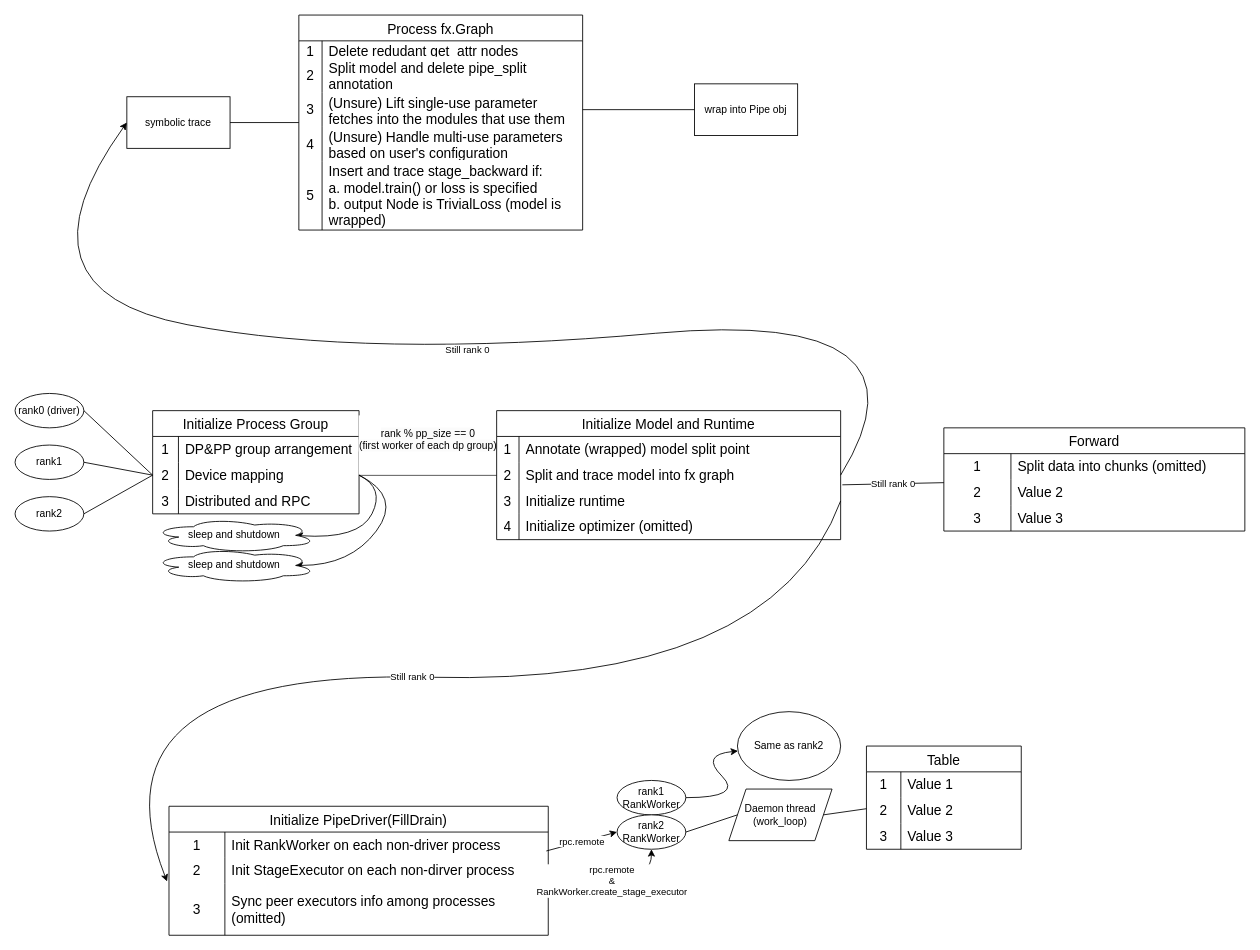
Above: pippy.drawio in botbw/PiPPy (draw.io), before the change. Source tidied: cells renumbered, new cells numbered last; positions are measured from the earlier drawing's top-left corner, leaving out a move shared by most shapes. Both pictures are drawn from the tidied source at 86%, with x=0, y=0 at pixel (6, 15).
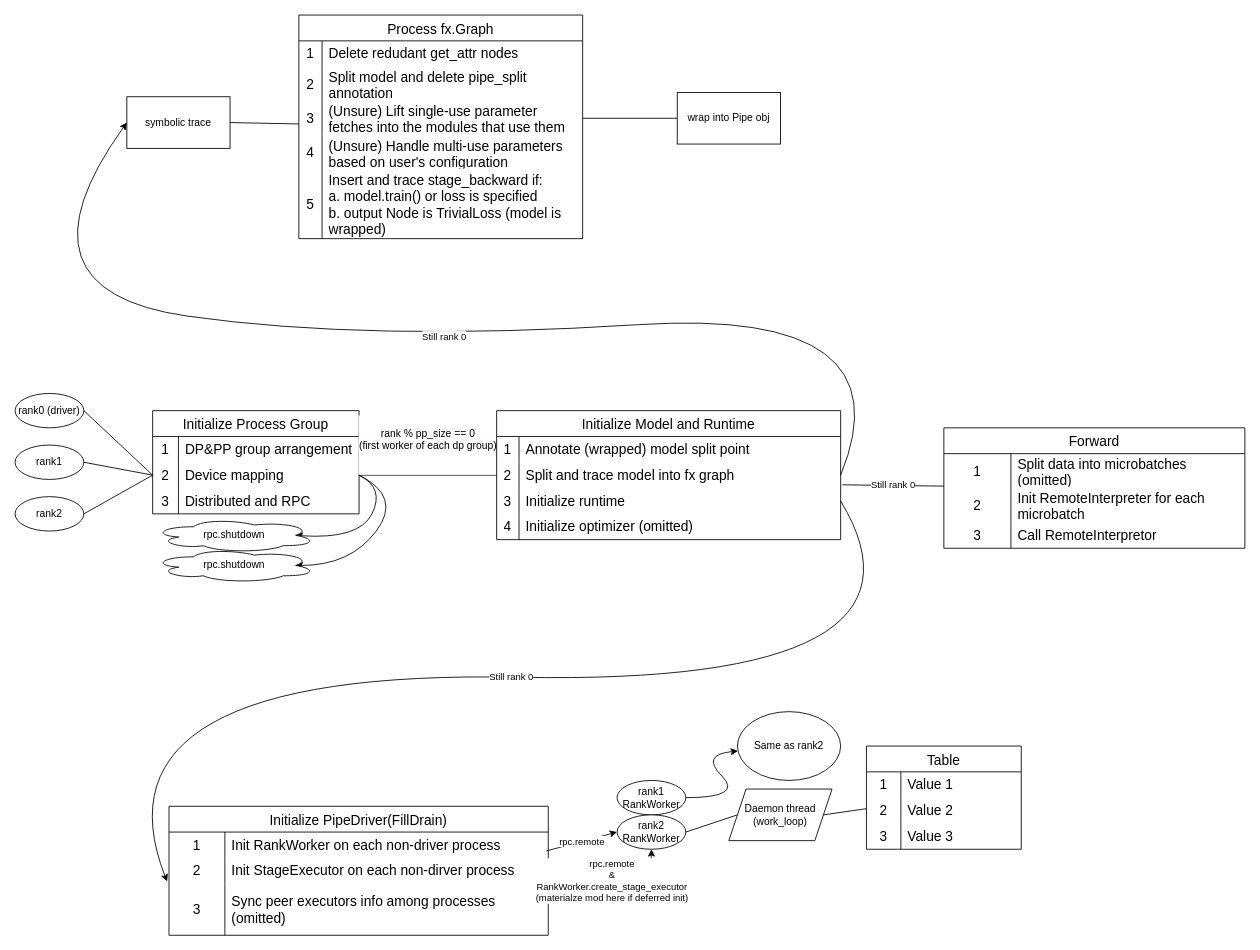
The same diagram, later.

Unchanged cells that the change refers to:
```xml
<mxCell id="25" style="shape=tableRow;horizontal=0;startSize=0;swimlaneHead=0;swimlaneBody=0;top=0;left=0;bottom=0;right=0;fillColor=none;points=[[0,0.5],[1,0.5]];portConstraint=eastwest;strokeColor=inherit;fontSize=16;" parent="21" vertex="1">
  <mxGeometry y="60" width="400" height="30" as="geometry" />
</mxCell>
<mxCell id="28" style="shape=tableRow;horizontal=0;startSize=0;swimlaneHead=0;swimlaneBody=0;top=0;left=0;bottom=0;right=0;fillColor=none;points=[[0,0.5],[1,0.5]];portConstraint=eastwest;strokeColor=inherit;fontSize=16;" parent="21" vertex="1">
  <mxGeometry y="90" width="400" height="30" as="geometry" />
</mxCell>
<mxCell id="34" value="symbolic trace" style="rounded=0;whiteSpace=wrap;html=1;" parent="1" vertex="1">
  <mxGeometry x="140" y="95" width="120" height="60" as="geometry" />
</mxCell>
<mxCell id="61" style="shape=tableRow;horizontal=0;startSize=0;swimlaneHead=0;swimlaneBody=0;top=0;left=0;bottom=0;right=0;fillColor=none;points=[[0,0.5],[1,0.5]];portConstraint=eastwest;strokeColor=inherit;fontSize=16;" parent="57" vertex="1">
  <mxGeometry y="60" width="441" height="30" as="geometry" />
</mxCell>
<mxCell id="70" value="rank2&lt;br&gt;RankWorker" style="ellipse;whiteSpace=wrap;html=1;" parent="68" vertex="1">
  <mxGeometry y="40" width="80" height="40" as="geometry" />
</mxCell>
```

Change to the diagram source:
```diff
@@
-    <mxCell id="20" value="sleep and shutdown" style="ellipse;shape=cloud;whiteSpace=wrap;html=1;" parent="1" vertex="1">
+    <mxCell id="20" value="rpc.shutdown" style="ellipse;shape=cloud;whiteSpace=wrap;html=1;" parent="1" vertex="1">
       <mxGeometry x="170" y="585" width="190" height="40" as="geometry" />
     </mxCell>
@@
     <mxCell id="36" value="Process fx.Graph" style="shape=table;startSize=30;childLayout=tableLayout;rowLines=0;fontStyle=0;strokeColor=default;fontSize=16;" parent="1" vertex="1">
-      <mxGeometry x="340" width="330" height="250" as="geometry" />
+      <mxGeometry x="340" width="330" height="260" as="geometry" />
     </mxCell>
     <mxCell id="37" style="shape=tableRow;horizontal=0;startSize=0;swimlaneHead=0;swimlaneBody=0;top=0;left=0;bottom=0;right=0;fillColor=none;strokeColor=inherit;fontSize=16;" parent="36" vertex="1">
-      <mxGeometry y="30" width="330" height="20" as="geometry" />
+      <mxGeometry y="30" width="330" height="30" as="geometry" />
     </mxCell>
     <mxCell id="38" value="1" style="shape=partialRectangle;html=1;whiteSpace=wrap;fillColor=none;top=0;left=0;bottom=0;right=0;overflow=hidden;strokeColor=inherit;fontSize=16;" parent="37" vertex="1">
-      <mxGeometry width="27" height="20" as="geometry" />
+      <mxGeometry width="27" height="30" as="geometry" />
     </mxCell>
     <mxCell id="39" value="Delete redudant get_attr nodes" style="shape=partialRectangle;html=1;whiteSpace=wrap;fillColor=none;top=0;left=0;bottom=0;right=0;align=left;spacingLeft=6;overflow=hidden;strokeColor=inherit;fontSize=16;" parent="37" vertex="1">
-      <mxGeometry x="27" width="303" height="20" as="geometry" />
+      <mxGeometry x="27" width="303" height="30" as="geometry" />
     </mxCell>
     <mxCell id="40" style="shape=tableRow;horizontal=0;startSize=0;swimlaneHead=0;swimlaneBody=0;top=0;left=0;bottom=0;right=0;fillColor=none;strokeColor=inherit;fontSize=16;" parent="36" vertex="1">
-      <mxGeometry y="50" width="330" height="40" as="geometry" />
+      <mxGeometry y="60" width="330" height="40" as="geometry" />
     </mxCell>
@@
     <mxCell id="43" style="shape=tableRow;horizontal=0;startSize=0;swimlaneHead=0;swimlaneBody=0;top=0;left=0;bottom=0;right=0;fillColor=none;points=[[0,0.5],[1,0.5]];portConstraint=eastwest;strokeColor=inherit;fontSize=16;" parent="36" vertex="1">
-      <mxGeometry y="90" width="330" height="40" as="geometry" />
+      <mxGeometry y="100" width="330" height="40" as="geometry" />
     </mxCell>
@@
     <mxCell id="46" style="shape=tableRow;horizontal=0;startSize=0;swimlaneHead=0;swimlaneBody=0;top=0;left=0;bottom=0;right=0;fillColor=none;strokeColor=inherit;fontSize=16;" parent="36" vertex="1">
-      <mxGeometry y="130" width="330" height="40" as="geometry" />
+      <mxGeometry y="140" width="330" height="40" as="geometry" />
     </mxCell>
@@
     <mxCell id="49" style="shape=tableRow;horizontal=0;startSize=0;swimlaneHead=0;swimlaneBody=0;top=0;left=0;bottom=0;right=0;fillColor=none;strokeColor=inherit;fontSize=16;" parent="36" vertex="1">
-      <mxGeometry y="170" width="330" height="80" as="geometry" />
+      <mxGeometry y="180" width="330" height="80" as="geometry" />
     </mxCell>
@@
     <mxCell id="52" value="wrap into Pipe obj" style="rounded=0;whiteSpace=wrap;html=1;" parent="1" vertex="1">
-      <mxGeometry x="800" y="80" width="120" height="60" as="geometry" />
+      <mxGeometry x="780" y="90" width="120" height="60" as="geometry" />
     </mxCell>
@@
     <mxCell id="54" value="Still rank 0" style="curved=1;endArrow=classic;html=1;rounded=0;exitX=1;exitY=0.5;exitDx=0;exitDy=0;entryX=0;entryY=0.5;entryDx=0;entryDy=0;" parent="1" edge="1" source="25" target="34">
       <mxGeometry relative="1" as="geometry">
         <Array as="points">
-          <mxPoint x="1090" y="340" />
-          <mxPoint x="420" y="400" />
+          <mxPoint x="1050" y="340" />
+          <mxPoint x="420" y="380" />
           <mxPoint y="320" />
         </Array>
       </mxGeometry>
     </mxCell>
@@
-    <mxCell id="56" value="sleep and shutdown" style="ellipse;shape=cloud;whiteSpace=wrap;html=1;" parent="1" vertex="1">
+    <mxCell id="56" value="rpc.shutdown" style="ellipse;shape=cloud;whiteSpace=wrap;html=1;" parent="1" vertex="1">
       <mxGeometry x="170" y="620" width="190" height="40" as="geometry" />
     </mxCell>
@@
-    <mxCell id="86" value="&lt;span style=&quot;color: rgb(0, 0, 0); font-family: Helvetica; font-size: 11px; font-style: normal; font-variant-ligatures: normal; font-variant-caps: normal; font-weight: 400; letter-spacing: normal; orphans: 2; text-align: center; text-indent: 0px; text-transform: none; widows: 2; word-spacing: 0px; -webkit-text-stroke-width: 0px; background-color: rgb(255, 255, 255); text-decoration-thickness: initial; text-decoration-style: initial; text-decoration-color: initial; float: none; display: inline !important;&quot;&gt;rpc.remote&lt;/span&gt;&lt;br style=&quot;border-color: var(--border-color); color: rgb(0, 0, 0); font-family: Helvetica; font-size: 11px; font-style: normal; font-variant-ligatures: normal; font-variant-caps: normal; font-weight: 400; letter-spacing: normal; orphans: 2; text-align: center; text-indent: 0px; text-transform: none; widows: 2; word-spacing: 0px; -webkit-text-stroke-width: 0px; text-decoration-thickness: initial; text-decoration-style: initial; text-decoration-color: initial;&quot;&gt;&lt;span style=&quot;color: rgb(0, 0, 0); font-family: Helvetica; font-size: 11px; font-style: normal; font-variant-ligatures: normal; font-variant-caps: normal; font-weight: 400; letter-spacing: normal; orphans: 2; text-align: center; text-indent: 0px; text-transform: none; widows: 2; word-spacing: 0px; -webkit-text-stroke-width: 0px; background-color: rgb(255, 255, 255); text-decoration-thickness: initial; text-decoration-style: initial; text-decoration-color: initial; float: none; display: inline !important;&quot;&gt;&amp;amp;&lt;/span&gt;&lt;br style=&quot;border-color: var(--border-color); color: rgb(0, 0, 0); font-family: Helvetica; font-size: 11px; font-style: normal; font-variant-ligatures: normal; font-variant-caps: normal; font-weight: 400; letter-spacing: normal; orphans: 2; text-align: center; text-indent: 0px; text-transform: none; widows: 2; word-spacing: 0px; -webkit-text-stroke-width: 0px; text-decoration-thickness: initial; text-decoration-style: initial; text-decoration-color: initial;&quot;&gt;&lt;span style=&quot;color: rgb(0, 0, 0); font-family: Helvetica; font-size: 11px; font-style: normal; font-variant-ligatures: normal; font-variant-caps: normal; font-weight: 400; letter-spacing: normal; orphans: 2; text-align: center; text-indent: 0px; text-transform: none; widows: 2; word-spacing: 0px; -webkit-text-stroke-width: 0px; background-color: rgb(255, 255, 255); text-decoration-thickness: initial; text-decoration-style: initial; text-decoration-color: initial; float: none; display: inline !important;&quot;&gt;RankWorker.create_stage_executor&lt;/span&gt;" style="curved=1;endArrow=classic;html=1;rounded=0;exitX=1;exitY=0.5;exitDx=0;exitDy=0;entryX=0.5;entryY=1;entryDx=0;entryDy=0;" parent="1" edge="1" source="61" target="70">
+    <mxCell id="86" value="&lt;span style=&quot;color: rgb(0, 0, 0); font-family: Helvetica; font-size: 11px; font-style: normal; font-variant-ligatures: normal; font-variant-caps: normal; font-weight: 400; letter-spacing: normal; orphans: 2; text-align: center; text-indent: 0px; text-transform: none; widows: 2; word-spacing: 0px; -webkit-text-stroke-width: 0px; background-color: rgb(255, 255, 255); text-decoration-thickness: initial; text-decoration-style: initial; text-decoration-color: initial; float: none; display: inline !important;&quot;&gt;rpc.remote&lt;/span&gt;&lt;br style=&quot;border-color: var(--border-color); color: rgb(0, 0, 0); font-family: Helvetica; font-size: 11px; font-style: normal; font-variant-ligatures: normal; font-variant-caps: normal; font-weight: 400; letter-spacing: normal; orphans: 2; text-align: center; text-indent: 0px; text-transform: none; widows: 2; word-spacing: 0px; -webkit-text-stroke-width: 0px; text-decoration-thickness: initial; text-decoration-style: initial; text-decoration-color: initial;&quot;&gt;&lt;span style=&quot;color: rgb(0, 0, 0); font-family: Helvetica; font-size: 11px; font-style: normal; font-variant-ligatures: normal; font-variant-caps: normal; font-weight: 400; letter-spacing: normal; orphans: 2; text-align: center; text-indent: 0px; text-transform: none; widows: 2; word-spacing: 0px; -webkit-text-stroke-width: 0px; background-color: rgb(255, 255, 255); text-decoration-thickness: initial; text-decoration-style: initial; text-decoration-color: initial; float: none; display: inline !important;&quot;&gt;&amp;amp;&lt;/span&gt;&lt;br style=&quot;border-color: var(--border-color); color: rgb(0, 0, 0); font-family: Helvetica; font-size: 11px; font-style: normal; font-variant-ligatures: normal; font-variant-caps: normal; font-weight: 400; letter-spacing: normal; orphans: 2; text-align: center; text-indent: 0px; text-transform: none; widows: 2; word-spacing: 0px; -webkit-text-stroke-width: 0px; text-decoration-thickness: initial; text-decoration-style: initial; text-decoration-color: initial;&quot;&gt;&lt;span style=&quot;color: rgb(0, 0, 0); font-family: Helvetica; font-size: 11px; font-style: normal; font-variant-ligatures: normal; font-variant-caps: normal; font-weight: 400; letter-spacing: normal; orphans: 2; text-align: center; text-indent: 0px; text-transform: none; widows: 2; word-spacing: 0px; -webkit-text-stroke-width: 0px; background-color: rgb(255, 255, 255); text-decoration-thickness: initial; text-decoration-style: initial; text-decoration-color: initial; float: none; display: inline !important;&quot;&gt;RankWorker.create_stage_executor&lt;br&gt;(materialze mod here if deferred init)&lt;br&gt;&lt;/span&gt;" style="curved=1;endArrow=classic;html=1;rounded=0;exitX=1;exitY=0.5;exitDx=0;exitDy=0;entryX=0.5;entryY=1;entryDx=0;entryDy=0;" parent="1" edge="1" source="61" target="70">
       <mxGeometry relative="1" as="geometry">
         <Array as="points">
           <mxPoint x="680" y="1010" />
           <mxPoint x="750" y="1000" />
         </Array>
       </mxGeometry>
     </mxCell>
     <mxCell id="87" value="Still rank 0" style="curved=1;endArrow=classic;html=1;rounded=0;exitX=1;exitY=0.5;exitDx=0;exitDy=0;entryX=-0.005;entryY=0.917;entryDx=0;entryDy=0;entryPerimeter=0;" parent="1" edge="1" source="28" target="61">
       <mxGeometry relative="1" as="geometry">
         <Array as="points">
-          <mxPoint x="890" y="780" />
+          <mxPoint x="1100" y="780" />
           <mxPoint x="90" y="760" />
         </Array>
       </mxGeometry>
     </mxCell>
@@
     <mxCell id="89" value="Forward" style="shape=table;startSize=30;childLayout=tableLayout;rowLines=0;fontStyle=0;strokeColor=default;fontSize=16;" parent="1" vertex="1">
-      <mxGeometry x="1090" y="480" width="350" height="120" as="geometry" />
+      <mxGeometry x="1090" y="480" width="350" height="140" as="geometry" />
     </mxCell>
     <mxCell id="90" style="shape=tableRow;horizontal=0;startSize=0;swimlaneHead=0;swimlaneBody=0;top=0;left=0;bottom=0;right=0;fillColor=none;strokeColor=inherit;fontSize=16;" parent="89" vertex="1">
-      <mxGeometry y="30" width="350" height="30" as="geometry" />
+      <mxGeometry y="30" width="350" height="40" as="geometry" />
     </mxCell>
     <mxCell id="91" value="1" style="shape=partialRectangle;html=1;whiteSpace=wrap;fillColor=none;top=0;left=0;bottom=0;right=0;overflow=hidden;strokeColor=inherit;fontSize=16;" parent="90" vertex="1">
-      <mxGeometry width="78" height="30" as="geometry" />
+      <mxGeometry width="78" height="40" as="geometry" />
     </mxCell>
-    <mxCell id="92" value="Split data into chunks (omitted)" style="shape=partialRectangle;html=1;whiteSpace=wrap;fillColor=none;top=0;left=0;bottom=0;right=0;align=left;spacingLeft=6;overflow=hidden;strokeColor=inherit;fontSize=16;" parent="90" vertex="1">
-      <mxGeometry x="78" width="272" height="30" as="geometry" />
+    <mxCell id="92" value="Split data into microbatches (omitted)" style="shape=partialRectangle;html=1;whiteSpace=wrap;fillColor=none;top=0;left=0;bottom=0;right=0;align=left;spacingLeft=6;overflow=hidden;strokeColor=inherit;fontSize=16;" parent="90" vertex="1">
+      <mxGeometry x="78" width="272" height="40" as="geometry" />
     </mxCell>
     <mxCell id="93" style="shape=tableRow;horizontal=0;startSize=0;swimlaneHead=0;swimlaneBody=0;top=0;left=0;bottom=0;right=0;fillColor=none;strokeColor=inherit;fontSize=16;" parent="89" vertex="1">
-      <mxGeometry y="60" width="350" height="30" as="geometry" />
+      <mxGeometry y="70" width="350" height="40" as="geometry" />
     </mxCell>
     <mxCell id="94" value="2" style="shape=partialRectangle;html=1;whiteSpace=wrap;fillColor=none;top=0;left=0;bottom=0;right=0;overflow=hidden;strokeColor=inherit;fontSize=16;" parent="93" vertex="1">
-      <mxGeometry width="78" height="30" as="geometry" />
+      <mxGeometry width="78" height="40" as="geometry" />
     </mxCell>
-    <mxCell id="95" value="Value 2" style="shape=partialRectangle;html=1;whiteSpace=wrap;fillColor=none;top=0;left=0;bottom=0;right=0;align=left;spacingLeft=6;overflow=hidden;strokeColor=inherit;fontSize=16;" parent="93" vertex="1">
-      <mxGeometry x="78" width="272" height="30" as="geometry" />
+    <mxCell id="95" value="Init&amp;nbsp;RemoteInterpreter for each microbatch" style="shape=partialRectangle;html=1;whiteSpace=wrap;fillColor=none;top=0;left=0;bottom=0;right=0;align=left;spacingLeft=6;overflow=hidden;strokeColor=inherit;fontSize=16;" parent="93" vertex="1">
+      <mxGeometry x="78" width="272" height="40" as="geometry" />
     </mxCell>
     <mxCell id="96" style="shape=tableRow;horizontal=0;startSize=0;swimlaneHead=0;swimlaneBody=0;top=0;left=0;bottom=0;right=0;fillColor=none;strokeColor=inherit;fontSize=16;" parent="89" vertex="1">
-      <mxGeometry y="90" width="350" height="30" as="geometry" />
+      <mxGeometry y="110" width="350" height="30" as="geometry" />
     </mxCell>
@@
-    <mxCell id="98" value="Value 3" style="shape=partialRectangle;html=1;whiteSpace=wrap;fillColor=none;top=0;left=0;bottom=0;right=0;align=left;spacingLeft=6;overflow=hidden;strokeColor=inherit;fontSize=16;" parent="96" vertex="1">
+    <mxCell id="98" value="Call RemoteInterpretor" style="shape=partialRectangle;html=1;whiteSpace=wrap;fillColor=none;top=0;left=0;bottom=0;right=0;align=left;spacingLeft=6;overflow=hidden;strokeColor=inherit;fontSize=16;" parent="96" vertex="1">
       <mxGeometry x="78" width="272" height="30" as="geometry" />
     </mxCell>
```
